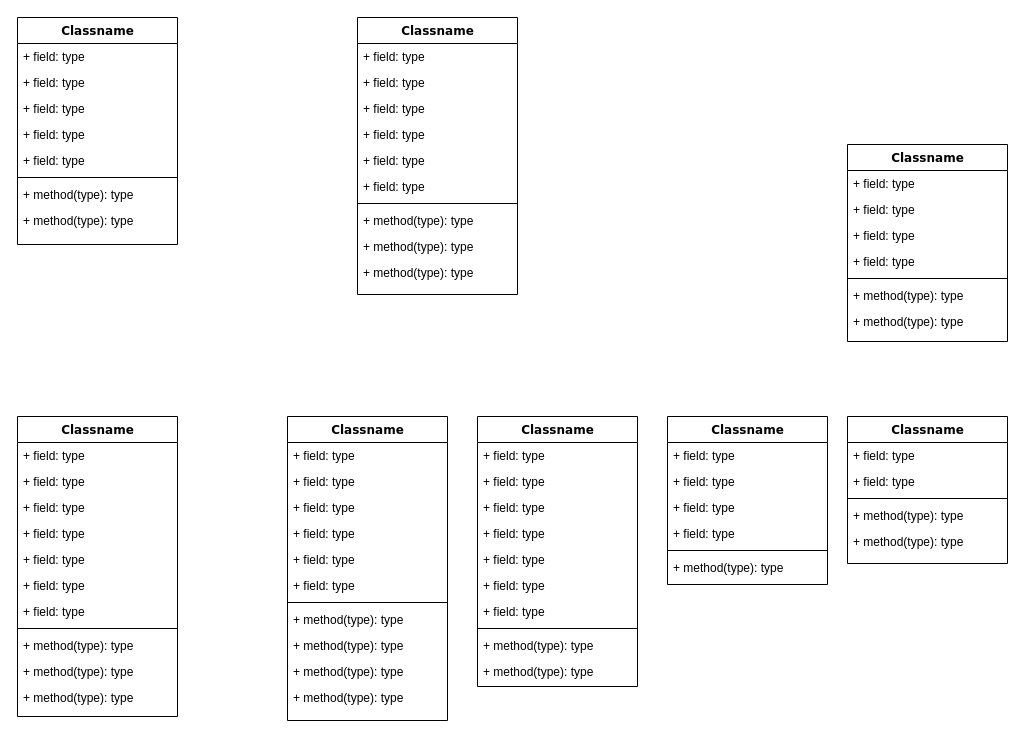
The draw.io diagram 제목 없는 다이어그램.drawio in cjfal2/fin_yukim, before the edit. Source tidied: cells renumbered, new cells numbered last; positions are measured from the earlier drawing's top-left corner, leaving out a move shared by most shapes. Both pictures are drawn from the tidied source at 100%, with x=0, y=0 at pixel (17, 17).
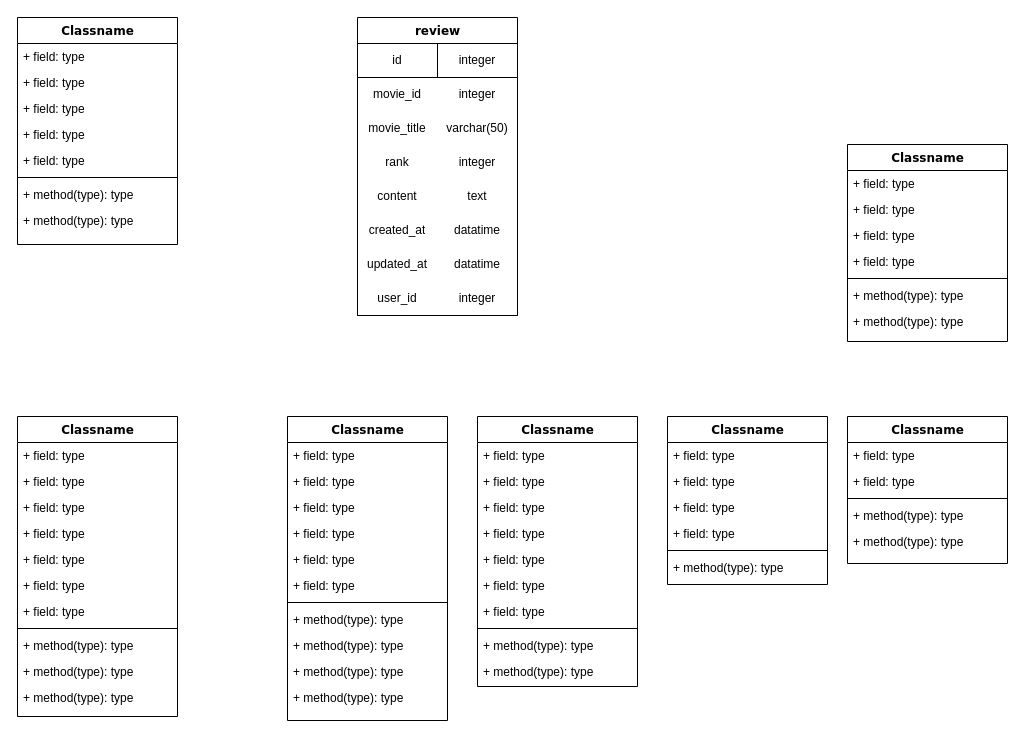
The same diagram, later.

Commit message (it also covers changes not shown here):
제목 없는 다이어그램.drawio 업데이트

The edit, as a diff of the source:
```diff
@@
-    <mxCell id="11" value="Classname" style="swimlane;html=1;fontStyle=1;align=center;verticalAlign=top;horizontal=1;startSize=26;swimlaneFillColor=#ffffff;rounded=0;shadow=0;comic=0;labelBackgroundColor=none;strokeWidth=1;fillColor=none;fontFamily=Verdana;fontSize=12;" parent="1" vertex="1">
-      <mxGeometry x="340" width="160" height="277" as="geometry" />
+    <mxCell id="11" value="review" style="swimlane;html=1;fontStyle=1;align=center;verticalAlign=top;horizontal=1;startSize=26;swimlaneFillColor=#ffffff;rounded=0;shadow=0;comic=0;labelBackgroundColor=none;strokeWidth=1;fillColor=none;fontFamily=Verdana;fontSize=12;" parent="1" vertex="1">
+      <mxGeometry x="340" width="160" height="298" as="geometry" />
     </mxCell>
-    <mxCell id="12" value="+ field: type" style="text;html=1;strokeColor=none;fillColor=none;align=left;verticalAlign=top;spacingLeft=4;spacingRight=4;whiteSpace=wrap;overflow=hidden;" parent="11" vertex="1">
-      <mxGeometry y="26" width="160" height="26" as="geometry" />
-    </mxCell>
-    <mxCell id="13" value="+ field: type" style="text;html=1;strokeColor=none;fillColor=none;align=left;verticalAlign=top;spacingLeft=4;spacingRight=4;whiteSpace=wrap;overflow=hidden;" parent="11" vertex="1">
-      <mxGeometry y="52" width="160" height="26" as="geometry" />
-    </mxCell>
-    <mxCell id="14" value="+ field: type" style="text;html=1;strokeColor=none;fillColor=none;align=left;verticalAlign=top;spacingLeft=4;spacingRight=4;whiteSpace=wrap;overflow=hidden;" parent="11" vertex="1">
-      <mxGeometry y="78" width="160" height="26" as="geometry" />
-    </mxCell>
-    <mxCell id="15" value="+ field: type" style="text;html=1;strokeColor=none;fillColor=none;align=left;verticalAlign=top;spacingLeft=4;spacingRight=4;whiteSpace=wrap;overflow=hidden;" parent="11" vertex="1">
-      <mxGeometry y="104" width="160" height="26" as="geometry" />
-    </mxCell>
-    <mxCell id="16" value="+ field: type" style="text;html=1;strokeColor=none;fillColor=none;align=left;verticalAlign=top;spacingLeft=4;spacingRight=4;whiteSpace=wrap;overflow=hidden;" parent="11" vertex="1">
-      <mxGeometry y="130" width="160" height="26" as="geometry" />
-    </mxCell>
-    <mxCell id="17" value="+ field: type" style="text;html=1;strokeColor=none;fillColor=none;align=left;verticalAlign=top;spacingLeft=4;spacingRight=4;whiteSpace=wrap;overflow=hidden;" parent="11" vertex="1">
-      <mxGeometry y="156" width="160" height="26" as="geometry" />
-    </mxCell>
-    <mxCell id="18" style="line;html=1;strokeWidth=1;fillColor=none;align=left;verticalAlign=middle;spacingTop=-1;spacingLeft=3;spacingRight=3;labelPosition=right;" parent="11" vertex="1">
-      <mxGeometry y="182" width="160" height="8" as="geometry" />
-    </mxCell>
-    <mxCell id="19" value="+ method(type): type" style="text;html=1;strokeColor=none;fillColor=none;align=left;verticalAlign=top;spacingLeft=4;spacingRight=4;whiteSpace=wrap;overflow=hidden;" parent="11" vertex="1">
-      <mxGeometry y="190" width="160" height="26" as="geometry" />
-    </mxCell>
-    <mxCell id="20" value="+ method(type): type" style="text;html=1;strokeColor=none;fillColor=none;align=left;verticalAlign=top;spacingLeft=4;spacingRight=4;whiteSpace=wrap;overflow=hidden;" parent="11" vertex="1">
-      <mxGeometry y="216" width="160" height="26" as="geometry" />
-    </mxCell>
-    <mxCell id="21" value="+ method(type): type" style="text;html=1;strokeColor=none;fillColor=none;align=left;verticalAlign=top;spacingLeft=4;spacingRight=4;whiteSpace=wrap;overflow=hidden;" parent="11" vertex="1">
-      <mxGeometry y="242" width="160" height="26" as="geometry" />
-    </mxCell>
+    <mxCell id="78" style="childLayout=tableLayout;shadow=0;fillColor=none;" parent="11" vertex="1">
+      <mxGeometry y="26" width="160" height="34" as="geometry" />
+    </mxCell>
+    <mxCell id="79" style="edgeStyle=orthogonalEdgeStyle;rounded=0;jettySize=auto;html=1;exitX=0.5;exitY=0;exitDx=0;exitDy=0;" parent="78" edge="1" target="80">
+      <mxGeometry relative="1" as="geometry" />
+    </mxCell>
+    <mxCell id="80" style="shape=tableRow;horizontal=0;startSize=0;swimlaneHead=0;swimlaneBody=0;top=0;left=0;bottom=0;right=0;fontStyle=0;fillColor=none;strokeColor=inherit;" parent="78" vertex="1">
+      <mxGeometry width="160" height="34" as="geometry" />
+    </mxCell>
+    <mxCell id="81" value="id" style="strokeColor=inherit;fillColor=none;align=center;whiteSpace=wrap;html=1;" parent="80" vertex="1">
+      <mxGeometry width="80" height="34" as="geometry" />
+    </mxCell>
+    <mxCell id="82" value="integer" style="strokeColor=inherit;fillColor=none;align=center;whiteSpace=wrap;html=1;" parent="80" vertex="1">
+      <mxGeometry x="80" width="80" height="34" as="geometry" />
+    </mxCell>
+    <mxCell id="83" style="shape=table;html=1;whiteSpace=wrap;startSize=0;childLayout=tableLayout;columnLines=0;rowLines=0;" parent="11" vertex="1">
+      <mxGeometry y="60" width="160" height="238" as="geometry" />
+    </mxCell>
+    <mxCell id="84" style="shape=tableRow;horizontal=0;startSize=0;swimlaneHead=0;swimlaneBody=0;top=0;left=0;bottom=0;right=0;fillColor=none;" parent="83" vertex="1">
+      <mxGeometry width="160" height="34" as="geometry" />
+    </mxCell>
+    <mxCell id="85" value="movie_id" style="shape=partialRectangle;html=1;whiteSpace=wrap;fillColor=none;top=0;left=0;bottom=0;right=0;overflow=hidden;fontSize=12;" parent="84" vertex="1">
+      <mxGeometry width="80" height="34" as="geometry" />
+    </mxCell>
+    <mxCell id="86" value="integer" style="shape=partialRectangle;html=1;whiteSpace=wrap;fillColor=none;top=0;left=0;bottom=0;right=0;overflow=hidden;fontSize=12;" parent="84" vertex="1">
+      <mxGeometry x="80" width="80" height="34" as="geometry" />
+    </mxCell>
+    <mxCell id="87" style="shape=tableRow;horizontal=0;startSize=0;swimlaneHead=0;swimlaneBody=0;top=0;left=0;bottom=0;right=0;fillColor=none;" parent="83" vertex="1">
+      <mxGeometry y="34" width="160" height="34" as="geometry" />
+    </mxCell>
+    <mxCell id="88" value="movie_title" style="shape=partialRectangle;html=1;whiteSpace=wrap;fillColor=none;top=0;left=0;bottom=0;right=0;overflow=hidden;fontSize=12;" parent="87" vertex="1">
+      <mxGeometry width="80" height="34" as="geometry" />
+    </mxCell>
+    <mxCell id="89" value="varchar(50)" style="shape=partialRectangle;html=1;whiteSpace=wrap;fillColor=none;top=0;left=0;bottom=0;right=0;overflow=hidden;fontSize=12;" parent="87" vertex="1">
+      <mxGeometry x="80" width="80" height="34" as="geometry" />
+    </mxCell>
+    <mxCell id="90" style="shape=tableRow;horizontal=0;startSize=0;swimlaneHead=0;swimlaneBody=0;top=0;left=0;bottom=0;right=0;fillColor=none;" parent="83" vertex="1">
+      <mxGeometry y="68" width="160" height="34" as="geometry" />
+    </mxCell>
+    <mxCell id="91" value="rank" style="shape=partialRectangle;html=1;whiteSpace=wrap;fillColor=none;top=0;left=0;bottom=0;right=0;overflow=hidden;fontSize=12;" parent="90" vertex="1">
+      <mxGeometry width="80" height="34" as="geometry" />
+    </mxCell>
+    <mxCell id="92" value="integer" style="shape=partialRectangle;html=1;whiteSpace=wrap;fillColor=none;top=0;left=0;bottom=0;right=0;overflow=hidden;fontSize=12;" parent="90" vertex="1">
+      <mxGeometry x="80" width="80" height="34" as="geometry" />
+    </mxCell>
+    <mxCell id="93" style="shape=tableRow;horizontal=0;startSize=0;swimlaneHead=0;swimlaneBody=0;top=0;left=0;bottom=0;right=0;fillColor=none;" parent="83" vertex="1">
+      <mxGeometry y="102" width="160" height="34" as="geometry" />
+    </mxCell>
+    <mxCell id="94" value="content" style="shape=partialRectangle;html=1;whiteSpace=wrap;fillColor=none;top=0;left=0;bottom=0;right=0;overflow=hidden;fontSize=12;" parent="93" vertex="1">
+      <mxGeometry width="80" height="34" as="geometry" />
+    </mxCell>
+    <mxCell id="95" value="text" style="shape=partialRectangle;html=1;whiteSpace=wrap;fillColor=none;top=0;left=0;bottom=0;right=0;overflow=hidden;fontSize=12;" parent="93" vertex="1">
+      <mxGeometry x="80" width="80" height="34" as="geometry" />
+    </mxCell>
+    <mxCell id="96" style="shape=tableRow;horizontal=0;startSize=0;swimlaneHead=0;swimlaneBody=0;top=0;left=0;bottom=0;right=0;fillColor=none;" parent="83" vertex="1">
+      <mxGeometry y="136" width="160" height="34" as="geometry" />
+    </mxCell>
+    <mxCell id="97" value="created_at" style="shape=partialRectangle;html=1;whiteSpace=wrap;fillColor=none;top=0;left=0;bottom=0;right=0;overflow=hidden;fontSize=12;" parent="96" vertex="1">
+      <mxGeometry width="80" height="34" as="geometry" />
+    </mxCell>
+    <mxCell id="98" value="datatime" style="shape=partialRectangle;html=1;whiteSpace=wrap;fillColor=none;top=0;left=0;bottom=0;right=0;overflow=hidden;fontSize=12;" parent="96" vertex="1">
+      <mxGeometry x="80" width="80" height="34" as="geometry" />
+    </mxCell>
+    <mxCell id="99" style="shape=tableRow;horizontal=0;startSize=0;swimlaneHead=0;swimlaneBody=0;top=0;left=0;bottom=0;right=0;fillColor=none;" parent="83" vertex="1">
+      <mxGeometry y="170" width="160" height="34" as="geometry" />
+    </mxCell>
+    <mxCell id="100" value="updated_at" style="shape=partialRectangle;html=1;whiteSpace=wrap;fillColor=none;top=0;left=0;bottom=0;right=0;overflow=hidden;fontSize=12;" parent="99" vertex="1">
+      <mxGeometry width="80" height="34" as="geometry" />
+    </mxCell>
+    <mxCell id="101" value="datatime" style="shape=partialRectangle;html=1;whiteSpace=wrap;fillColor=none;top=0;left=0;bottom=0;right=0;overflow=hidden;fontSize=12;" parent="99" vertex="1">
+      <mxGeometry x="80" width="80" height="34" as="geometry" />
+    </mxCell>
+    <mxCell id="102" style="shape=tableRow;horizontal=0;startSize=0;swimlaneHead=0;swimlaneBody=0;top=0;left=0;bottom=0;right=0;fillColor=none;" parent="83" vertex="1">
+      <mxGeometry y="204" width="160" height="34" as="geometry" />
+    </mxCell>
+    <mxCell id="103" value="user_id" style="shape=partialRectangle;html=1;whiteSpace=wrap;fillColor=none;top=0;left=0;bottom=0;right=0;overflow=hidden;fontSize=12;" parent="102" vertex="1">
+      <mxGeometry width="80" height="34" as="geometry" />
+    </mxCell>
+    <mxCell id="104" value="integer" style="shape=partialRectangle;html=1;whiteSpace=wrap;fillColor=none;top=0;left=0;bottom=0;right=0;overflow=hidden;fontSize=12;" parent="102" vertex="1">
+      <mxGeometry x="80" width="80" height="34" as="geometry" />
+    </mxCell>
```
